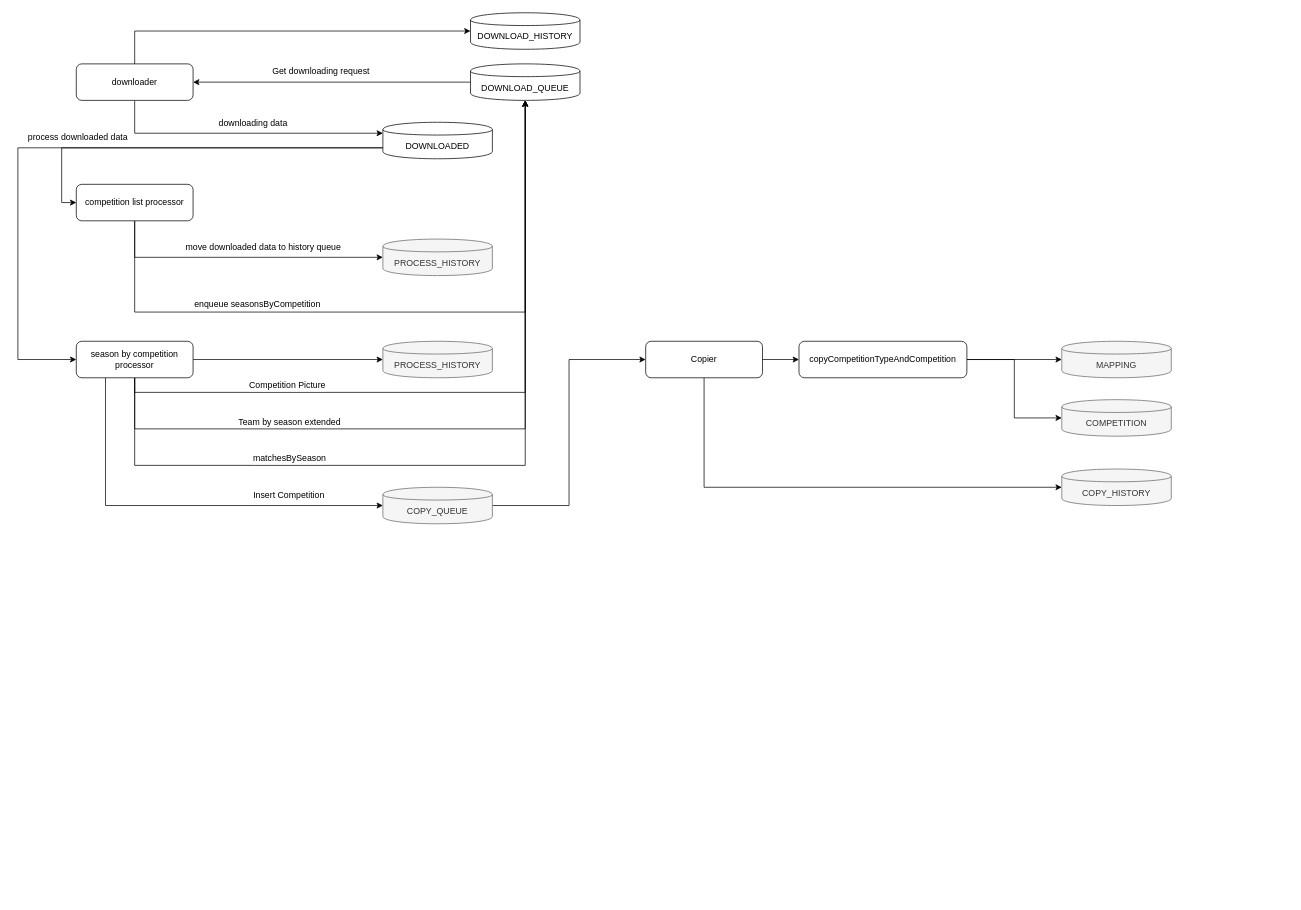
The draw.io diagram S1 Data Downloading.drawio in wosary1984/draw.io, before the edit. Source tidied: cells renumbered, new cells numbered last; positions are measured from the earlier drawing's top-left corner, leaving out a move shared by most shapes. Both pictures are drawn from the tidied source at 73%, with x=0, y=0 at pixel (18, 12).
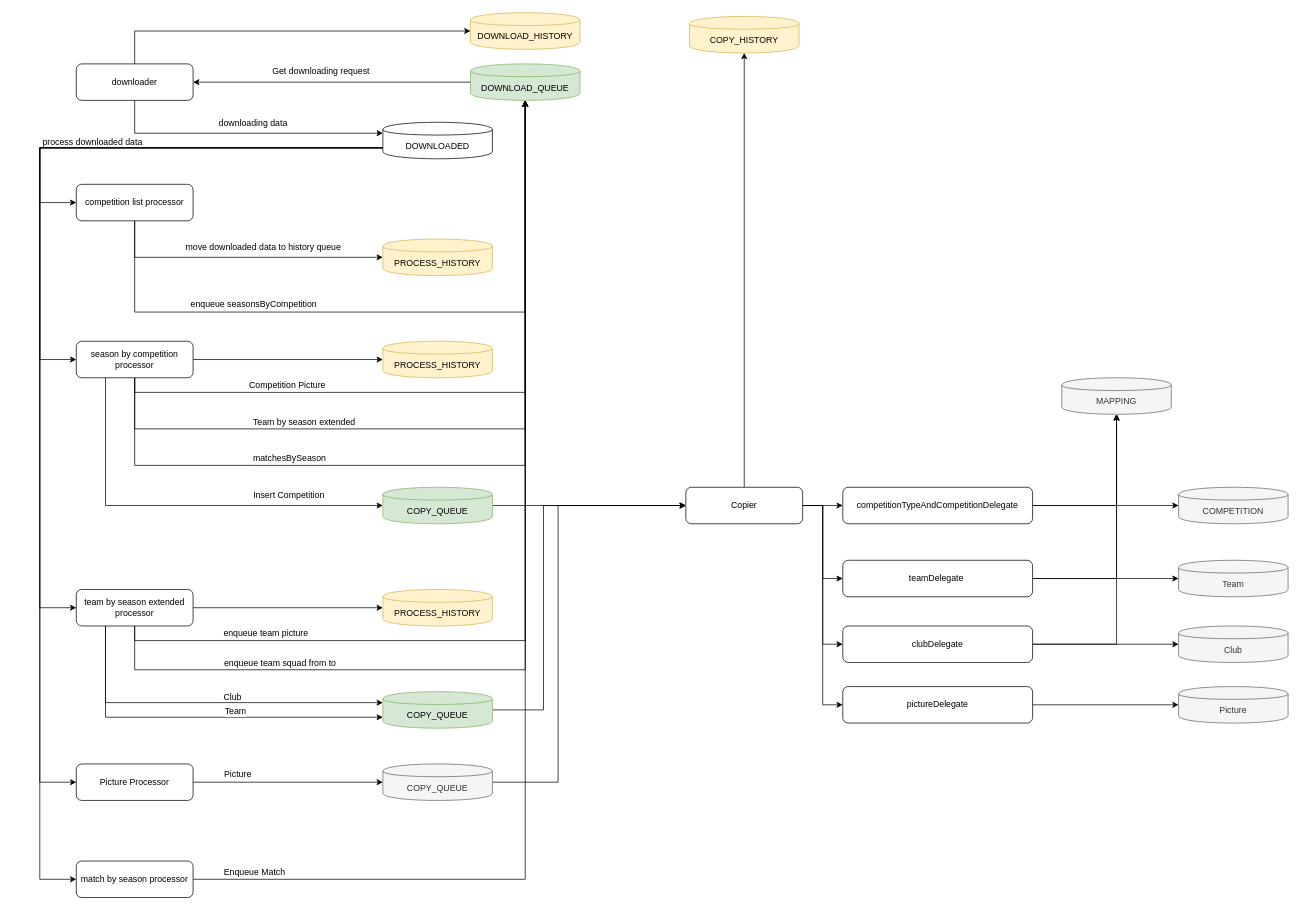
After the change.

The change refers to these unchanged cells:
```xml
<mxCell id="12" value="DOWNLOADED" style="shape=cylinder;whiteSpace=wrap;html=1;boundedLbl=1;backgroundOutline=1;" parent="1" vertex="1">
  <mxGeometry x="500" y="150" width="150" height="50" as="geometry" />
</mxCell>
<mxCell id="16" value="competition list processor" style="rounded=1;whiteSpace=wrap;html=1;" parent="1" vertex="1">
  <mxGeometry x="80" y="235" width="160" height="50" as="geometry" />
</mxCell>
<mxCell id="22" style="edgeStyle=orthogonalEdgeStyle;rounded=0;jettySize=auto;html=1;exitX=0.5;exitY=1;exitDx=0;exitDy=0;entryX=0.5;entryY=1;entryDx=0;entryDy=0;" parent="1" edge="1" source="28" target="8">
  <mxGeometry relative="1" as="geometry">
    <Array as="points">
      <mxPoint x="160" y="570" />
      <mxPoint x="695" y="570" />
    </Array>
  </mxGeometry>
</mxCell>
<mxCell id="28" value="season by competition processor" style="rounded=1;whiteSpace=wrap;html=1;" parent="1" vertex="1">
  <mxGeometry x="80" y="450" width="160" height="50" as="geometry" />
</mxCell>
```

Diff of the diagram source:
```diff
@@
-    <mxCell id="8" value="DOWNLOAD_QUEUE" style="shape=cylinder;whiteSpace=wrap;html=1;boundedLbl=1;backgroundOutline=1;" parent="1" vertex="1">
+    <mxCell id="8" value="DOWNLOAD_QUEUE" style="shape=cylinder;whiteSpace=wrap;html=1;boundedLbl=1;backgroundOutline=1;fillColor=#d5e8d4;strokeColor=#82b366;" parent="1" vertex="1">
       <mxGeometry x="620" y="70" width="150" height="50" as="geometry" />
     </mxCell>
     <mxCell id="9" style="edgeStyle=orthogonalEdgeStyle;rounded=0;jettySize=auto;html=1;exitX=0;exitY=0.7;exitDx=0;exitDy=0;entryX=0;entryY=0.5;entryDx=0;entryDy=0;" parent="1" edge="1" source="12" target="16">
-      <mxGeometry relative="1" as="geometry" />
+      <mxGeometry relative="1" as="geometry">
+        <Array as="points">
+          <mxPoint x="30" y="185" />
+          <mxPoint x="30" y="260" />
+        </Array>
+      </mxGeometry>
     </mxCell>
     <mxCell id="10" value="process downloaded data" style="text;html=1;align=center;verticalAlign=middle;labelBackgroundColor=#ffffff;" parent="9" vertex="1">
       <mxGeometry x="0.24" relative="1" as="geometry">
-        <mxPoint x="-87" y="-15" as="offset" />
+        <mxPoint x="-30" y="-7.5" as="offset" />
       </mxGeometry>
     </mxCell>
     <mxCell id="11" style="edgeStyle=orthogonalEdgeStyle;rounded=0;jettySize=auto;html=1;entryX=0;entryY=0.5;entryDx=0;entryDy=0;" parent="1" edge="1" source="12" target="28">
       <mxGeometry relative="1" as="geometry">
         <Array as="points">
-          <mxPoint y="185" />
-          <mxPoint y="475" />
+          <mxPoint x="30" y="185" />
+          <mxPoint x="30" y="475" />
         </Array>
       </mxGeometry>
     </mxCell>
+    <mxCell id="42" style="edgeStyle=orthogonalEdgeStyle;rounded=0;jettySize=auto;html=1;exitX=0;exitY=0.7;exitDx=0;exitDy=0;entryX=0;entryY=0.5;entryDx=0;entryDy=0;" parent="1" edge="1" source="12" target="55">
+      <mxGeometry relative="1" as="geometry">
+        <Array as="points">
+          <mxPoint x="30" y="185" />
+          <mxPoint x="30" y="815" />
+        </Array>
+      </mxGeometry>
+    </mxCell>
+    <mxCell id="43" style="edgeStyle=orthogonalEdgeStyle;rounded=0;jettySize=auto;html=1;exitX=0;exitY=0.7;exitDx=0;exitDy=0;entryX=0;entryY=0.5;entryDx=0;entryDy=0;" parent="1" edge="1" source="12" target="71">
+      <mxGeometry relative="1" as="geometry">
+        <Array as="points">
+          <mxPoint x="30" y="185" />
+          <mxPoint x="30" y="1054" />
+        </Array>
+      </mxGeometry>
+    </mxCell>
+    <mxCell id="44" style="edgeStyle=orthogonalEdgeStyle;rounded=0;jettySize=auto;html=1;exitX=0;exitY=0.7;exitDx=0;exitDy=0;entryX=0;entryY=0.5;entryDx=0;entryDy=0;" parent="1" edge="1" source="12" target="79">
+      <mxGeometry relative="1" as="geometry">
+        <Array as="points">
+          <mxPoint x="30" y="185" />
+          <mxPoint x="30" y="1187" />
+        </Array>
+      </mxGeometry>
+    </mxCell>
@@
-    <mxCell id="17" value="PROCESS_HISTORY" style="shape=cylinder;whiteSpace=wrap;html=1;boundedLbl=1;backgroundOutline=1;fillColor=#f5f5f5;strokeColor=#666666;fontColor=#333333;" parent="1" vertex="1">
+    <mxCell id="17" value="PROCESS_HISTORY" style="shape=cylinder;whiteSpace=wrap;html=1;boundedLbl=1;backgroundOutline=1;fillColor=#fff2cc;strokeColor=#d6b656;" parent="1" vertex="1">
       <mxGeometry x="500" y="310" width="150" height="50" as="geometry" />
     </mxCell>
     <mxCell id="18" value="enqueue&amp;nbsp;seasonsByCompetition&amp;nbsp;" style="text;html=1;align=left;verticalAlign=top;spacingTop=-4;" parent="1" vertex="1">
-      <mxGeometry x="240" y="390" width="190" height="20" as="geometry" />
+      <mxGeometry x="235" y="390" width="190" height="20" as="geometry" />
     </mxCell>
@@
     <mxCell id="23" value="Team by season extended" style="text;html=1;align=center;verticalAlign=middle;labelBackgroundColor=#ffffff;" parent="22" vertex="1">
       <mxGeometry x="-0.58" relative="1" as="geometry">
-        <mxPoint x="59" y="-10" as="offset" />
+        <mxPoint x="79" y="-10" as="offset" />
       </mxGeometry>
     </mxCell>
@@
-    <mxCell id="29" value="PROCESS_HISTORY" style="shape=cylinder;whiteSpace=wrap;html=1;boundedLbl=1;backgroundOutline=1;fillColor=#f5f5f5;strokeColor=#666666;fontColor=#333333;" parent="1" vertex="1">
+    <mxCell id="29" value="PROCESS_HISTORY" style="shape=cylinder;whiteSpace=wrap;html=1;boundedLbl=1;backgroundOutline=1;fillColor=#fff2cc;strokeColor=#d6b656;" parent="1" vertex="1">
       <mxGeometry x="500" y="450" width="150" height="50" as="geometry" />
     </mxCell>
@@
-    <mxCell id="31" value="COPY_QUEUE" style="shape=cylinder;whiteSpace=wrap;html=1;boundedLbl=1;backgroundOutline=1;fillColor=#f5f5f5;strokeColor=#666666;fontColor=#333333;" parent="1" vertex="1">
+    <mxCell id="31" value="COPY_QUEUE" style="shape=cylinder;whiteSpace=wrap;html=1;boundedLbl=1;backgroundOutline=1;fillColor=#d5e8d4;strokeColor=#82b366;" parent="1" vertex="1">
       <mxGeometry x="500" y="650" width="150" height="50" as="geometry" />
     </mxCell>
-    <mxCell id="32" style="edgeStyle=orthogonalEdgeStyle;rounded=0;jettySize=auto;html=1;exitX=1;exitY=0.5;exitDx=0;exitDy=0;entryX=0;entryY=0.5;entryDx=0;entryDy=0;" parent="1" edge="1" source="38" target="35">
+    <mxCell id="32" style="edgeStyle=orthogonalEdgeStyle;rounded=0;jettySize=auto;html=1;exitX=1;exitY=0.5;exitDx=0;exitDy=0;entryX=0.5;entryY=1;entryDx=0;entryDy=0;" parent="1" edge="1" source="38" target="35">
       <mxGeometry relative="1" as="geometry" />
     </mxCell>
-    <mxCell id="33" style="edgeStyle=orthogonalEdgeStyle;rounded=0;jettySize=auto;html=1;exitX=0.5;exitY=1;exitDx=0;exitDy=0;entryX=0;entryY=0.5;entryDx=0;entryDy=0;" parent="1" edge="1" source="34" target="40">
+    <mxCell id="33" style="edgeStyle=orthogonalEdgeStyle;rounded=0;jettySize=auto;html=1;exitX=0.5;exitY=0;exitDx=0;exitDy=0;entryX=0.5;entryY=1;entryDx=0;entryDy=0;" parent="1" edge="1" source="34" target="40">
       <mxGeometry relative="1" as="geometry" />
     </mxCell>
+    <mxCell id="45" style="edgeStyle=orthogonalEdgeStyle;rounded=0;jettySize=auto;html=1;exitX=1;exitY=0.5;exitDx=0;exitDy=0;entryX=0;entryY=0.5;entryDx=0;entryDy=0;" parent="1" edge="1" source="34" target="63">
+      <mxGeometry relative="1" as="geometry" />
+    </mxCell>
+    <mxCell id="46" style="edgeStyle=orthogonalEdgeStyle;rounded=0;jettySize=auto;html=1;exitX=1;exitY=0.5;exitDx=0;exitDy=0;entryX=0;entryY=0.5;entryDx=0;entryDy=0;" parent="1" edge="1" source="34" target="67">
+      <mxGeometry relative="1" as="geometry" />
+    </mxCell>
+    <mxCell id="47" style="edgeStyle=orthogonalEdgeStyle;rounded=0;jettySize=auto;html=1;exitX=1;exitY=0.5;exitDx=0;exitDy=0;entryX=0;entryY=0.5;entryDx=0;entryDy=0;" parent="1" edge="1" source="34" target="75">
+      <mxGeometry relative="1" as="geometry" />
+    </mxCell>
     <mxCell id="34" value="Copier" style="rounded=1;whiteSpace=wrap;html=1;" parent="1" vertex="1">
-      <mxGeometry x="860" y="450" width="160" height="50" as="geometry" />
+      <mxGeometry x="915" y="650" width="160" height="50" as="geometry" />
     </mxCell>
     <mxCell id="35" value="MAPPING" style="shape=cylinder;whiteSpace=wrap;html=1;boundedLbl=1;backgroundOutline=1;fillColor=#f5f5f5;strokeColor=#666666;fontColor=#333333;" parent="1" vertex="1">
-      <mxGeometry x="1430" y="450" width="150" height="50" as="geometry" />
+      <mxGeometry x="1430" y="500" width="150" height="50" as="geometry" />
     </mxCell>
     <mxCell id="36" value="COMPETITION" style="shape=cylinder;whiteSpace=wrap;html=1;boundedLbl=1;backgroundOutline=1;fillColor=#f5f5f5;strokeColor=#666666;fontColor=#333333;" parent="1" vertex="1">
-      <mxGeometry x="1430" y="530" width="150" height="50" as="geometry" />
+      <mxGeometry x="1590" y="650" width="150" height="50" as="geometry" />
     </mxCell>
@@
-    <mxCell id="38" value="copyCompetitionTypeAndCompetition" style="rounded=1;whiteSpace=wrap;html=1;" parent="1" vertex="1">
-      <mxGeometry x="1070" y="450" width="230" height="50" as="geometry" />
+    <mxCell id="38" value="competitionTypeAndCompetitionDelegate" style="rounded=1;whiteSpace=wrap;html=1;" parent="1" vertex="1">
+      <mxGeometry x="1130" y="650" width="260" height="50" as="geometry" />
     </mxCell>
@@
-    <mxCell id="40" value="COPY_HISTORY" style="shape=cylinder;whiteSpace=wrap;html=1;boundedLbl=1;backgroundOutline=1;fillColor=#f5f5f5;strokeColor=#666666;fontColor=#333333;" parent="1" vertex="1">
-      <mxGeometry x="1430" y="625" width="150" height="50" as="geometry" />
+    <mxCell id="40" value="COPY_HISTORY" style="shape=cylinder;whiteSpace=wrap;html=1;boundedLbl=1;backgroundOutline=1;fillColor=#fff2cc;strokeColor=#d6b656;" parent="1" vertex="1">
+      <mxGeometry x="920" y="5" width="150" height="50" as="geometry" />
     </mxCell>
-    <mxCell id="41" value="DOWNLOAD_HISTORY&lt;br&gt;" style="shape=cylinder;whiteSpace=wrap;html=1;boundedLbl=1;backgroundOutline=1;" parent="1" vertex="1">
+    <mxCell id="41" value="DOWNLOAD_HISTORY&lt;br&gt;" style="shape=cylinder;whiteSpace=wrap;html=1;boundedLbl=1;backgroundOutline=1;fillColor=#fff2cc;strokeColor=#d6b656;" parent="1" vertex="1">
       <mxGeometry x="620" width="150" height="50" as="geometry" />
     </mxCell>
+    <mxCell id="48" style="edgeStyle=orthogonalEdgeStyle;rounded=0;jettySize=auto;html=1;exitX=1;exitY=0.5;exitDx=0;exitDy=0;entryX=0;entryY=0.5;entryDx=0;entryDy=0;" parent="1" edge="1" source="55" target="56">
+      <mxGeometry relative="1" as="geometry" />
+    </mxCell>
+    <mxCell id="49" style="edgeStyle=orthogonalEdgeStyle;rounded=0;jettySize=auto;html=1;exitX=0.5;exitY=1;exitDx=0;exitDy=0;entryX=0.5;entryY=1;entryDx=0;entryDy=0;" parent="1" edge="1" source="55" target="8">
+      <mxGeometry relative="1" as="geometry" />
+    </mxCell>
+    <mxCell id="50" style="edgeStyle=orthogonalEdgeStyle;rounded=0;jettySize=auto;html=1;exitX=0.5;exitY=1;exitDx=0;exitDy=0;entryX=0.5;entryY=1;entryDx=0;entryDy=0;" parent="1" edge="1" source="55" target="8">
+      <mxGeometry relative="1" as="geometry">
+        <Array as="points">
+          <mxPoint x="160" y="900" />
+          <mxPoint x="695" y="900" />
+        </Array>
+      </mxGeometry>
+    </mxCell>
+    <mxCell id="51" value="enqueue team squad from to" style="text;html=1;align=center;verticalAlign=middle;labelBackgroundColor=#ffffff;" parent="50" vertex="1">
+      <mxGeometry x="-0.62" y="-3" relative="1" as="geometry">
+        <mxPoint x="-3" y="-13" as="offset" />
+      </mxGeometry>
+    </mxCell>
+    <mxCell id="52" style="edgeStyle=orthogonalEdgeStyle;rounded=0;jettySize=auto;html=1;exitX=0.25;exitY=1;exitDx=0;exitDy=0;entryX=0;entryY=0.3;entryDx=0;entryDy=0;" parent="1" edge="1" source="55" target="59">
+      <mxGeometry relative="1" as="geometry" />
+    </mxCell>
+    <mxCell id="53" style="edgeStyle=orthogonalEdgeStyle;rounded=0;jettySize=auto;html=1;exitX=0.25;exitY=1;exitDx=0;exitDy=0;entryX=0;entryY=0.7;entryDx=0;entryDy=0;" parent="1" edge="1" source="55" target="59">
+      <mxGeometry relative="1" as="geometry" />
+    </mxCell>
+    <mxCell id="54" value="Team" style="text;html=1;align=center;verticalAlign=middle;labelBackgroundColor=#ffffff;" parent="53" vertex="1">
+      <mxGeometry x="0.22" y="4" relative="1" as="geometry">
+        <mxPoint x="-6" y="-5" as="offset" />
+      </mxGeometry>
+    </mxCell>
+    <mxCell id="55" value="team by season extended processor" style="rounded=1;whiteSpace=wrap;html=1;" parent="1" vertex="1">
+      <mxGeometry x="80" y="790" width="160" height="50" as="geometry" />
+    </mxCell>
+    <mxCell id="56" value="PROCESS_HISTORY" style="shape=cylinder;whiteSpace=wrap;html=1;boundedLbl=1;backgroundOutline=1;fillColor=#fff2cc;strokeColor=#d6b656;" parent="1" vertex="1">
+      <mxGeometry x="500" y="790" width="150" height="50" as="geometry" />
+    </mxCell>
+    <mxCell id="57" value="enqueue team picture" style="text;html=1;align=left;verticalAlign=top;spacingTop=-4;" parent="1" vertex="1">
+      <mxGeometry x="280" y="840" width="130" height="20" as="geometry" />
+    </mxCell>
+    <mxCell id="58" style="edgeStyle=orthogonalEdgeStyle;rounded=0;jettySize=auto;html=1;exitX=1;exitY=0.5;exitDx=0;exitDy=0;entryX=0;entryY=0.5;entryDx=0;entryDy=0;" parent="1" edge="1" source="59" target="34">
+      <mxGeometry relative="1" as="geometry">
+        <Array as="points">
+          <mxPoint x="720" y="955" />
+          <mxPoint x="720" y="675" />
+        </Array>
+      </mxGeometry>
+    </mxCell>
+    <mxCell id="59" value="COPY_QUEUE" style="shape=cylinder;whiteSpace=wrap;html=1;boundedLbl=1;backgroundOutline=1;fillColor=#d5e8d4;strokeColor=#82b366;" parent="1" vertex="1">
+      <mxGeometry x="500" y="930" width="150" height="50" as="geometry" />
+    </mxCell>
+    <mxCell id="60" value="Club&lt;br&gt;" style="text;html=1;align=left;verticalAlign=top;spacingTop=-4;" parent="1" vertex="1">
+      <mxGeometry x="280" y="928" width="40" height="20" as="geometry" />
+    </mxCell>
+    <mxCell id="61" style="edgeStyle=orthogonalEdgeStyle;rounded=0;jettySize=auto;html=1;exitX=1;exitY=0.5;exitDx=0;exitDy=0;entryX=0.5;entryY=1;entryDx=0;entryDy=0;" parent="1" edge="1" source="63" target="35">
+      <mxGeometry relative="1" as="geometry" />
+    </mxCell>
+    <mxCell id="62" style="edgeStyle=orthogonalEdgeStyle;rounded=0;jettySize=auto;html=1;exitX=1;exitY=0.5;exitDx=0;exitDy=0;entryX=0;entryY=0.5;entryDx=0;entryDy=0;" parent="1" edge="1" source="63" target="64">
+      <mxGeometry relative="1" as="geometry" />
+    </mxCell>
+    <mxCell id="63" value="teamDelegate&amp;nbsp;" style="rounded=1;whiteSpace=wrap;html=1;" parent="1" vertex="1">
+      <mxGeometry x="1130" y="750" width="260" height="50" as="geometry" />
+    </mxCell>
+    <mxCell id="64" value="Team" style="shape=cylinder;whiteSpace=wrap;html=1;boundedLbl=1;backgroundOutline=1;fillColor=#f5f5f5;strokeColor=#666666;fontColor=#333333;" parent="1" vertex="1">
+      <mxGeometry x="1590" y="750" width="150" height="50" as="geometry" />
+    </mxCell>
+    <mxCell id="65" style="edgeStyle=orthogonalEdgeStyle;rounded=0;jettySize=auto;html=1;exitX=1;exitY=0.5;exitDx=0;exitDy=0;entryX=0.5;entryY=1;entryDx=0;entryDy=0;" parent="1" edge="1" source="67" target="35">
+      <mxGeometry relative="1" as="geometry" />
+    </mxCell>
+    <mxCell id="66" style="edgeStyle=orthogonalEdgeStyle;rounded=0;jettySize=auto;html=1;exitX=1;exitY=0.5;exitDx=0;exitDy=0;" parent="1" edge="1" source="67" target="68">
+      <mxGeometry relative="1" as="geometry" />
+    </mxCell>
+    <mxCell id="67" value="clubDelegate" style="rounded=1;whiteSpace=wrap;html=1;" parent="1" vertex="1">
+      <mxGeometry x="1130" y="840" width="260" height="50" as="geometry" />
+    </mxCell>
+    <mxCell id="68" value="Club" style="shape=cylinder;whiteSpace=wrap;html=1;boundedLbl=1;backgroundOutline=1;fillColor=#f5f5f5;strokeColor=#666666;fontColor=#333333;" parent="1" vertex="1">
+      <mxGeometry x="1590" y="840" width="150" height="50" as="geometry" />
+    </mxCell>
+    <mxCell id="69" style="edgeStyle=orthogonalEdgeStyle;rounded=0;jettySize=auto;html=1;exitX=1;exitY=0.5;exitDx=0;exitDy=0;" parent="1" edge="1" source="71" target="73">
+      <mxGeometry relative="1" as="geometry" />
+    </mxCell>
+    <mxCell id="70" value="Picture" style="text;html=1;align=center;verticalAlign=middle;labelBackgroundColor=#ffffff;" parent="69" vertex="1">
+      <mxGeometry x="-0.2" y="4" relative="1" as="geometry">
+        <mxPoint x="-44" y="-8" as="offset" />
+      </mxGeometry>
+    </mxCell>
+    <mxCell id="71" value="Picture Processor" style="rounded=1;whiteSpace=wrap;html=1;" parent="1" vertex="1">
+      <mxGeometry x="80" y="1029" width="160" height="50" as="geometry" />
+    </mxCell>
+    <mxCell id="72" style="edgeStyle=orthogonalEdgeStyle;rounded=0;jettySize=auto;html=1;exitX=1;exitY=0.5;exitDx=0;exitDy=0;entryX=0;entryY=0.5;entryDx=0;entryDy=0;" parent="1" edge="1" source="73" target="34">
+      <mxGeometry relative="1" as="geometry">
+        <Array as="points">
+          <mxPoint x="740" y="1054" />
+          <mxPoint x="740" y="675" />
+        </Array>
+      </mxGeometry>
+    </mxCell>
+    <mxCell id="73" value="COPY_QUEUE" style="shape=cylinder;whiteSpace=wrap;html=1;boundedLbl=1;backgroundOutline=1;fillColor=#f5f5f5;strokeColor=#666666;fontColor=#333333;" parent="1" vertex="1">
+      <mxGeometry x="500" y="1029" width="150" height="50" as="geometry" />
+    </mxCell>
+    <mxCell id="74" style="edgeStyle=orthogonalEdgeStyle;rounded=0;jettySize=auto;html=1;exitX=1;exitY=0.5;exitDx=0;exitDy=0;" parent="1" edge="1" source="75" target="76">
+      <mxGeometry relative="1" as="geometry" />
+    </mxCell>
+    <mxCell id="75" value="pictureDelegate" style="rounded=1;whiteSpace=wrap;html=1;" parent="1" vertex="1">
+      <mxGeometry x="1130" y="923" width="260" height="50" as="geometry" />
+    </mxCell>
+    <mxCell id="76" value="Picture&lt;br&gt;" style="shape=cylinder;whiteSpace=wrap;html=1;boundedLbl=1;backgroundOutline=1;fillColor=#f5f5f5;strokeColor=#666666;fontColor=#333333;" parent="1" vertex="1">
+      <mxGeometry x="1590" y="923" width="150" height="50" as="geometry" />
+    </mxCell>
+    <mxCell id="77" style="edgeStyle=orthogonalEdgeStyle;rounded=0;jettySize=auto;html=1;exitX=1;exitY=0.5;exitDx=0;exitDy=0;entryX=0.5;entryY=1;entryDx=0;entryDy=0;" parent="1" edge="1" source="79" target="8">
+      <mxGeometry relative="1" as="geometry" />
+    </mxCell>
+    <mxCell id="78" value="Enqueue Match" style="text;html=1;align=center;verticalAlign=middle;labelBackgroundColor=#ffffff;" parent="77" vertex="1">
+      <mxGeometry x="-0.86" y="-3" relative="1" as="geometry">
+        <mxPoint x="-24" y="-14" as="offset" />
+      </mxGeometry>
+    </mxCell>
+    <mxCell id="79" value="match by season processor" style="rounded=1;whiteSpace=wrap;html=1;" parent="1" vertex="1">
+      <mxGeometry x="80" y="1162" width="160" height="50" as="geometry" />
+    </mxCell>
```
